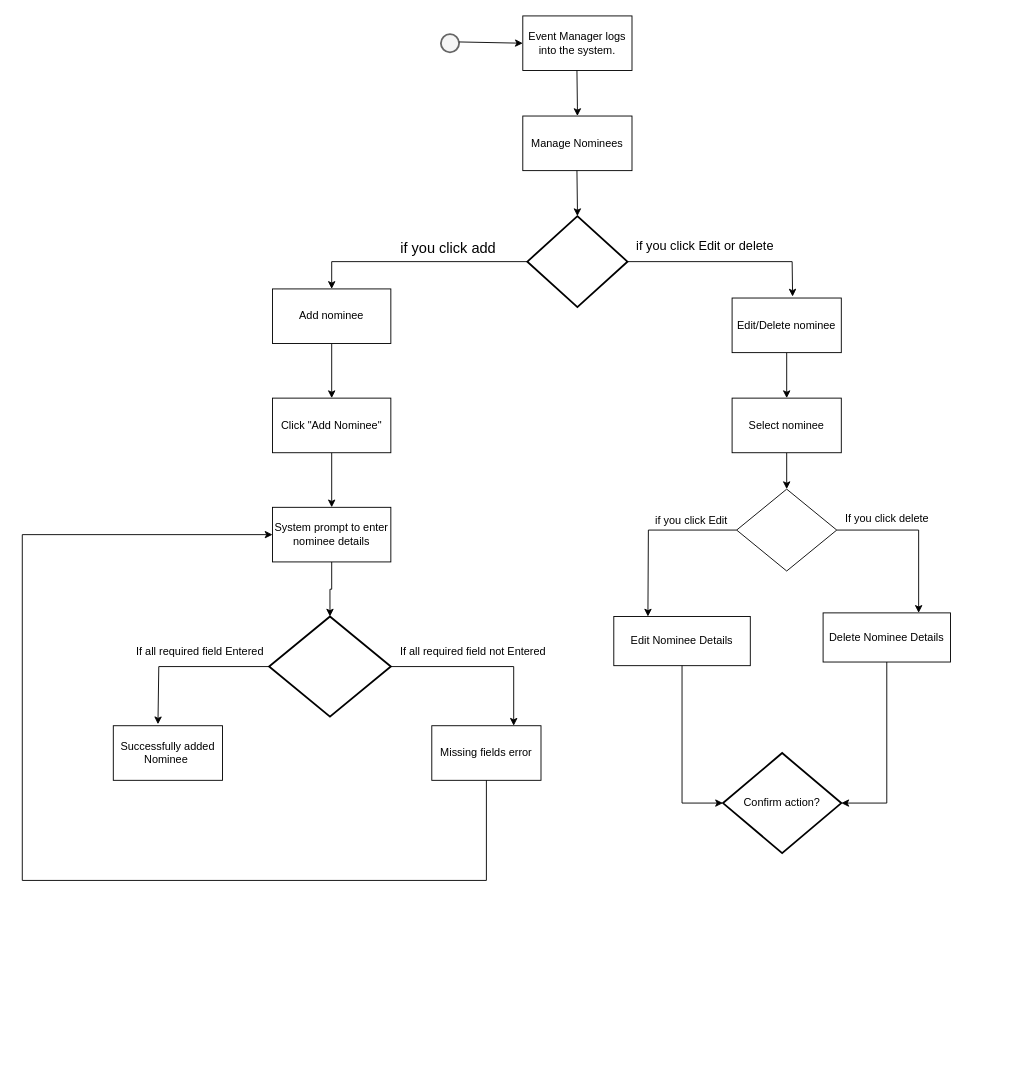
Before: Untitled Diagram.drawio in cyber2003111/Dora_404, a draw.io diagram. Source tidied: cells renumbered, new cells numbered last; positions are measured from the earlier drawing's top-left corner, leaving out a move shared by most shapes. Both pictures are drawn from the tidied source at 91%, with x=0, y=0 at pixel (22, 15).
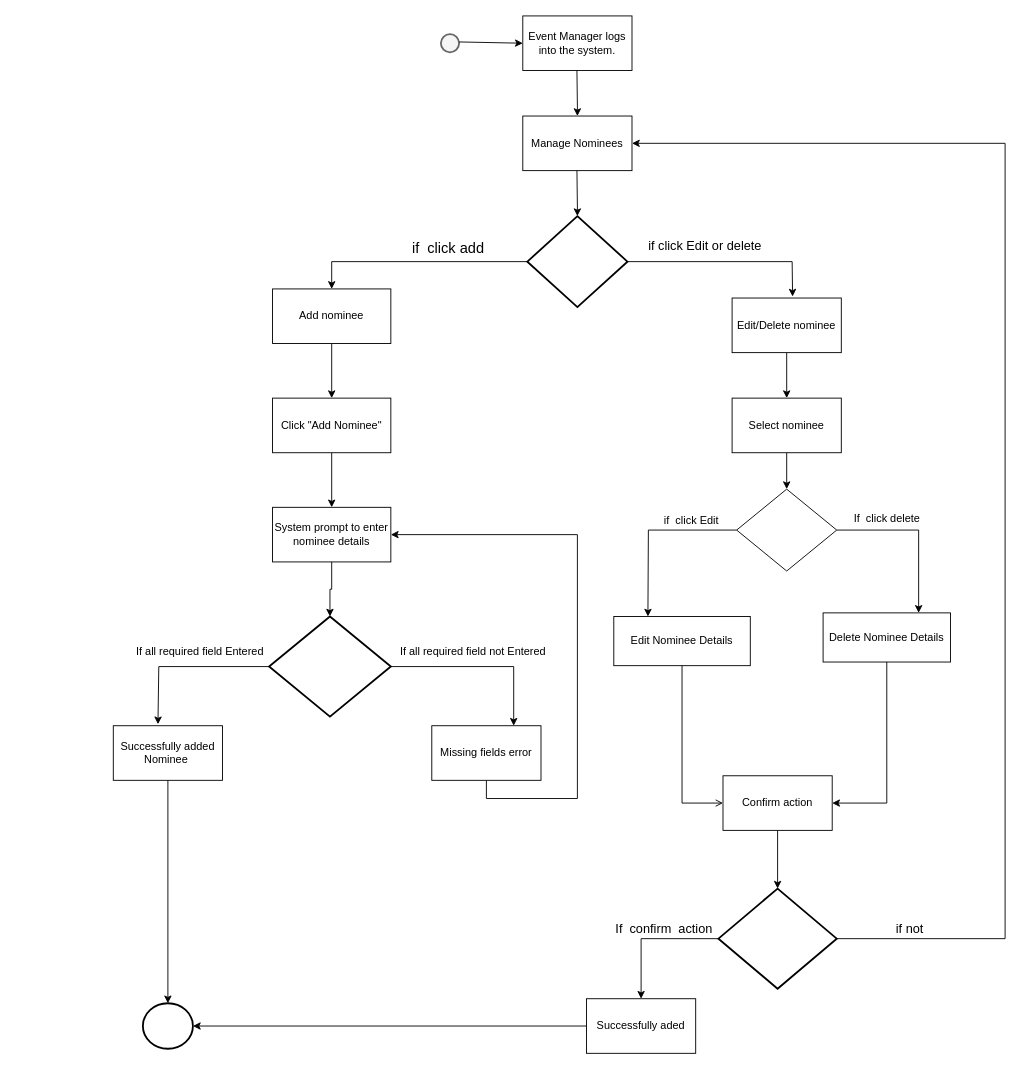
Above is the later version.

The change refers to these unchanged cells:
```xml
<mxCell id="6" value="Manage Nominees" style="rounded=0;whiteSpace=wrap;html=1;" parent="1" vertex="1">
  <mxGeometry x="550" y="110" width="120" height="60" as="geometry" />
</mxCell>
<mxCell id="19" value="System prompt to enter nominee details" style="rounded=0;whiteSpace=wrap;html=1;" parent="1" vertex="1">
  <mxGeometry x="275" y="540" width="130" height="60" as="geometry" />
</mxCell>
<mxCell id="21" value="Missing fields error" style="rounded=0;whiteSpace=wrap;html=1;" parent="1" vertex="1">
  <mxGeometry x="450" y="780" width="120" height="60" as="geometry" />
</mxCell>
<mxCell id="22" value="Successfully added Nominee&amp;nbsp;" style="rounded=0;whiteSpace=wrap;html=1;" parent="1" vertex="1">
  <mxGeometry x="100" y="780" width="120" height="60" as="geometry" />
</mxCell>
<mxCell id="28" value="Edit Nominee Details" style="rounded=0;whiteSpace=wrap;html=1;" parent="1" vertex="1">
  <mxGeometry x="650" y="660" width="150" height="54" as="geometry" />
</mxCell>
<mxCell id="29" value="Delete Nominee Details" style="rounded=0;whiteSpace=wrap;html=1;" parent="1" vertex="1">
  <mxGeometry x="880" y="656" width="140" height="54" as="geometry" />
</mxCell>
```

Diff of the diagram source:
```diff
@@
-    <mxCell id="15" value="&lt;span style=&quot;font-size: 16px;&quot;&gt;if you click add&amp;nbsp;&lt;/span&gt;" style="text;html=1;align=center;verticalAlign=middle;strokeColor=none;fillColor=none;" parent="1" vertex="1">
-      <mxGeometry x="405" y="240" width="130" height="30" as="geometry" />
+    <mxCell id="15" value="&lt;span style=&quot;font-size: 16px;&quot;&gt;if&amp;nbsp; click add&amp;nbsp;&lt;/span&gt;" style="text;html=1;align=center;verticalAlign=middle;strokeColor=none;fillColor=none;" parent="1" vertex="1">
+      <mxGeometry x="415" y="240" width="110" height="30" as="geometry" />
     </mxCell>
@@
+    <mxCell id="41" style="edgeStyle=orthogonalEdgeStyle;rounded=0;jettySize=auto;html=1;exitX=0.5;exitY=1;exitDx=0;exitDy=0;entryX=1;entryY=0.5;entryDx=0;entryDy=0;" parent="1" edge="1" source="21" target="19">
+      <mxGeometry relative="1" as="geometry">
+        <Array as="points">
+          <mxPoint x="510" y="860" />
+          <mxPoint x="610" y="860" />
+          <mxPoint x="610" y="570" />
+        </Array>
+      </mxGeometry>
+    </mxCell>
@@
-    <mxCell id="32" value="if you click Edit" style="text;html=1;align=center;verticalAlign=middle;strokeColor=none;fillColor=none;" parent="1" vertex="1">
-      <mxGeometry x="685" y="540" width="100" height="30" as="geometry" />
+    <mxCell id="32" value="if&amp;nbsp; click Edit" style="text;html=1;align=center;verticalAlign=middle;strokeColor=none;fillColor=none;" parent="1" vertex="1">
+      <mxGeometry x="695" y="540" width="80" height="30" as="geometry" />
     </mxCell>
-    <mxCell id="33" value="If you click delete" style="text;html=1;align=center;verticalAlign=middle;strokeColor=none;fillColor=none;" parent="1" vertex="1">
-      <mxGeometry x="890" y="538" width="120" height="30" as="geometry" />
+    <mxCell id="33" value="If&amp;nbsp; click delete" style="text;html=1;align=center;verticalAlign=middle;strokeColor=none;fillColor=none;" parent="1" vertex="1">
+      <mxGeometry x="900" y="538" width="100" height="30" as="geometry" />
     </mxCell>
+    <mxCell id="42" style="edgeStyle=orthogonalEdgeStyle;rounded=0;jettySize=auto;html=1;exitX=0;exitY=0.5;exitDx=0;exitDy=0;exitPerimeter=0;entryX=0.5;entryY=0;entryDx=0;entryDy=0;" parent="1" edge="1" source="34" target="46">
+      <mxGeometry relative="1" as="geometry" />
+    </mxCell>
+    <mxCell id="43" style="edgeStyle=orthogonalEdgeStyle;rounded=0;jettySize=auto;html=1;exitX=1;exitY=0.5;exitDx=0;exitDy=0;exitPerimeter=0;entryX=1;entryY=0.5;entryDx=0;entryDy=0;" parent="1" edge="1" source="34" target="6">
+      <mxGeometry relative="1" as="geometry">
+        <Array as="points">
+          <mxPoint x="1080" y="1014" />
+          <mxPoint x="1080" y="140" />
+        </Array>
+      </mxGeometry>
+    </mxCell>
-    <mxCell id="34" value="Confirm action?" style="strokeWidth=2;html=1;shape=mxgraph.flowchart.decision;whiteSpace=wrap;" parent="1" vertex="1">
-      <mxGeometry x="770" y="810" width="130" height="110" as="geometry" />
+    <mxCell id="34" style="strokeWidth=2;html=1;shape=mxgraph.flowchart.decision;whiteSpace=wrap;" parent="1" vertex="1">
+      <mxGeometry x="765" y="959" width="130" height="110" as="geometry" />
     </mxCell>
-    <mxCell id="35" style="edgeStyle=orthogonalEdgeStyle;rounded=0;jettySize=auto;html=1;entryX=0;entryY=0.5;entryDx=0;entryDy=0;entryPerimeter=0;" parent="1" edge="1" source="28" target="34">
+    <mxCell id="35" style="edgeStyle=orthogonalEdgeStyle;rounded=0;jettySize=auto;html=1;endArrow=open;endFill=0;entryX=0;entryY=0.5;entryDx=0;entryDy=0;exitX=0.5;exitY=1;exitDx=0;exitDy=0;" parent="1" edge="1" source="28" target="44">
       <mxGeometry relative="1" as="geometry" />
     </mxCell>
-    <mxCell id="36" style="edgeStyle=orthogonalEdgeStyle;rounded=0;jettySize=auto;html=1;entryX=1;entryY=0.5;entryDx=0;entryDy=0;entryPerimeter=0;" parent="1" edge="1" source="29" target="34">
+    <mxCell id="36" style="edgeStyle=orthogonalEdgeStyle;rounded=0;jettySize=auto;html=1;entryX=1;entryY=0.5;entryDx=0;entryDy=0;" parent="1" edge="1" source="29" target="44">
       <mxGeometry relative="1" as="geometry" />
     </mxCell>
@@
-    <mxCell id="38" value="&lt;font style=&quot;font-size: 14px;&quot;&gt;if you click Edit or delete&lt;/font&gt;" style="text;html=1;align=center;verticalAlign=middle;strokeColor=none;fillColor=none;" parent="1" vertex="1">
-      <mxGeometry x="665" y="238" width="170" height="30" as="geometry" />
+    <mxCell id="38" value="&lt;font style=&quot;font-size: 14px;&quot;&gt;if click Edit or delete&lt;/font&gt;" style="text;html=1;align=center;verticalAlign=middle;strokeColor=none;fillColor=none;" parent="1" vertex="1">
+      <mxGeometry x="675" y="238" width="150" height="30" as="geometry" />
     </mxCell>
@@
-    <mxCell id="41" style="endArrow=classic;html=1;rounded=0;exitX=0.5;exitY=1;exitDx=0;exitDy=0;entryX=0;entryY=0.5;entryDx=0;entryDy=0;" parent="1" edge="1" source="21" target="19">
-      <mxGeometry relative="1" as="geometry">
-        <Array as="points">
-          <mxPoint x="510" y="950" />
-          <mxPoint y="950" />
-          <mxPoint y="570" />
-        </Array>
-      </mxGeometry>
-    </mxCell>
+    <mxCell id="44" value="Confirm action" style="rounded=0;whiteSpace=wrap;html=1;" parent="1" vertex="1">
+      <mxGeometry x="770" y="835" width="120" height="60" as="geometry" />
+    </mxCell>
+    <mxCell id="45" style="endArrow=classic;html=1;rounded=0;entryX=0.5;entryY=0;entryDx=0;entryDy=0;entryPerimeter=0;exitX=0.5;exitY=1;exitDx=0;exitDy=0;" parent="1" edge="1" source="44" target="34">
+      <mxGeometry relative="1" as="geometry" />
+    </mxCell>
+    <mxCell id="46" value="Successfully aded" style="rounded=0;whiteSpace=wrap;html=1;" parent="1" vertex="1">
+      <mxGeometry x="620" y="1080" width="120" height="60" as="geometry" />
+    </mxCell>
+    <mxCell id="47" value="&lt;font style=&quot;font-size: 14px;&quot;&gt;If&amp;nbsp; confirm&amp;nbsp; action&lt;/font&gt;" style="text;html=1;align=center;verticalAlign=middle;strokeColor=none;fillColor=none;" parent="1" vertex="1">
+      <mxGeometry x="640" y="988" width="130" height="30" as="geometry" />
+    </mxCell>
+    <mxCell id="48" value="&lt;font style=&quot;font-size: 14px;&quot;&gt;if not&lt;/font&gt;" style="text;html=1;align=center;verticalAlign=middle;strokeColor=none;fillColor=none;" parent="1" vertex="1">
+      <mxGeometry x="950" y="988" width="50" height="30" as="geometry" />
+    </mxCell>
+    <mxCell id="49" style="strokeWidth=2;html=1;shape=mxgraph.flowchart.start_2;whiteSpace=wrap;" parent="1" vertex="1">
+      <mxGeometry x="132.5" y="1085" width="55" height="50" as="geometry" />
+    </mxCell>
+    <mxCell id="50" style="edgeStyle=orthogonalEdgeStyle;rounded=0;jettySize=auto;html=1;exitX=0;exitY=0.5;exitDx=0;exitDy=0;entryX=1;entryY=0.5;entryDx=0;entryDy=0;entryPerimeter=0;" parent="1" edge="1" source="46" target="49">
+      <mxGeometry relative="1" as="geometry" />
+    </mxCell>
+    <mxCell id="51" style="edgeStyle=orthogonalEdgeStyle;rounded=0;jettySize=auto;html=1;exitX=0.5;exitY=1;exitDx=0;exitDy=0;entryX=0.5;entryY=0;entryDx=0;entryDy=0;entryPerimeter=0;" parent="1" edge="1" source="22" target="49">
+      <mxGeometry relative="1" as="geometry" />
+    </mxCell>
```
